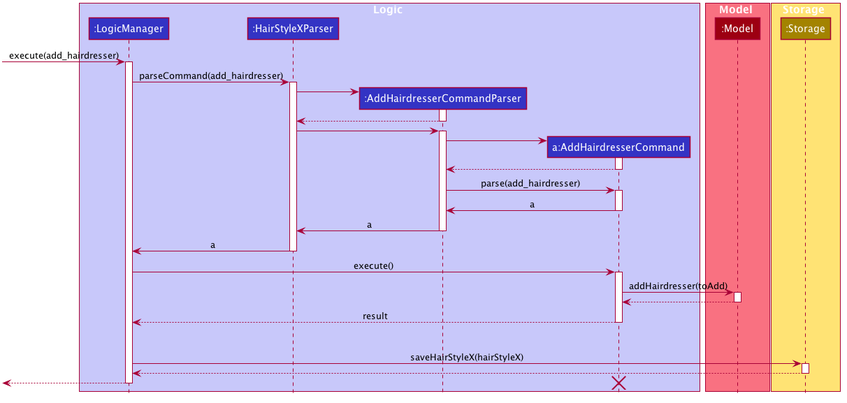
Before: docs/images/AddHairdresserSequenceDiagram.png, a diagram exported from PlantUML (ya0-yuan/tp).
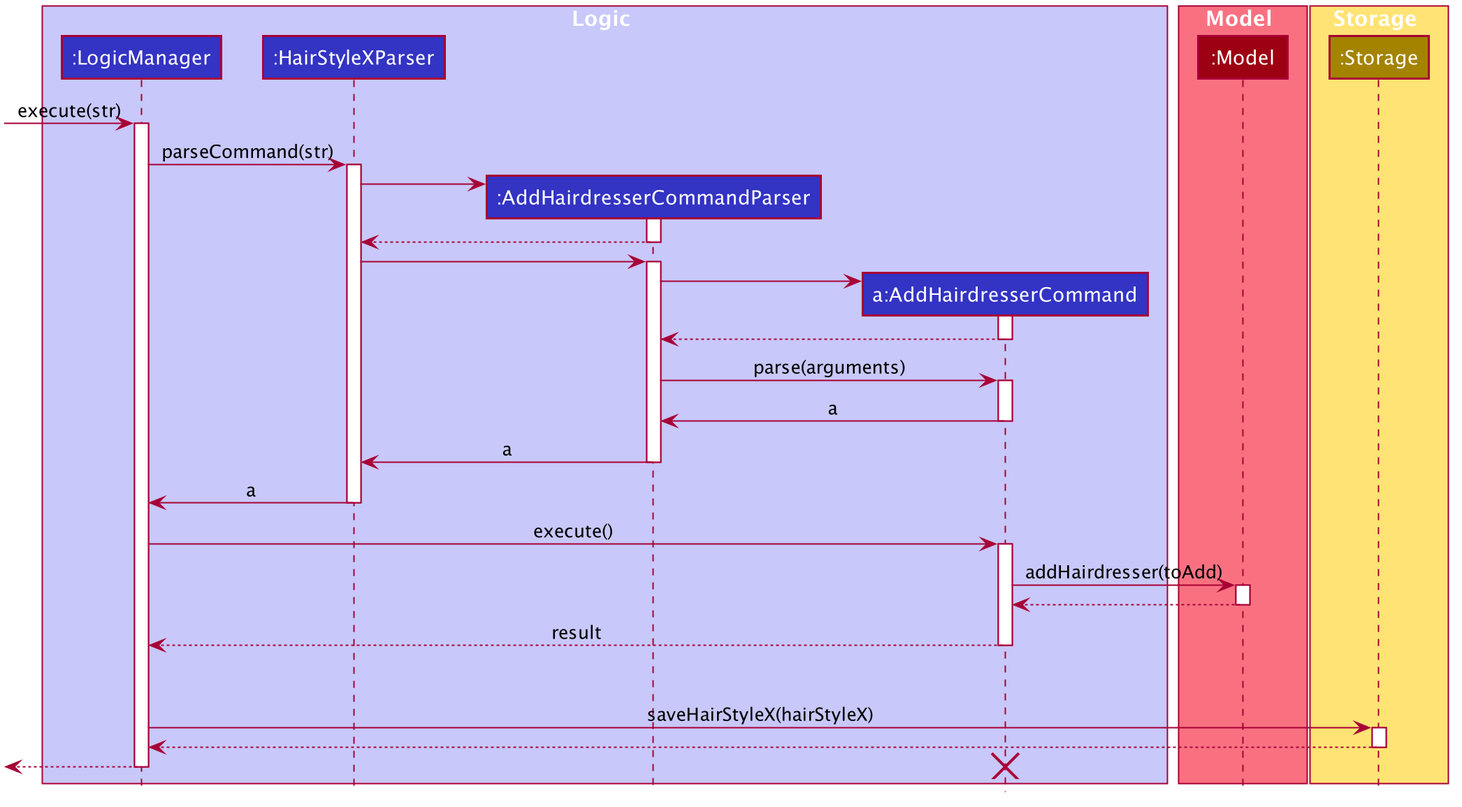
Later version of the same file.

Diff of the diagram source:
```diff
@@ -63,10 +63,10 @@
 participant ":Storage" as Storage #A38300
 end box
 
-[-> LogicManager : execute(add_hairdresser)
+[-> LogicManager : execute(str)
 activate LogicManager
 
-LogicManager -> HairStyleXParser : parseCommand(add_hairdresser)
+LogicManager -> HairStyleXParser : parseCommand(str)
 activate HairStyleXParser
 
 create AddHairdresserCommandParser
@@ -85,7 +85,7 @@
 AddHairdresserCommand --> AddHairdresserCommandParser
 deactivate AddHairdresserCommand
 
-AddHairdresserCommandParser -> AddHairdresserCommand : parse(add_hairdresser)
+AddHairdresserCommandParser -> AddHairdresserCommand : parse(arguments)
 activate AddHairdresserCommand
 
 AddHairdresserCommand -> AddHairdresserCommandParser : a
```
